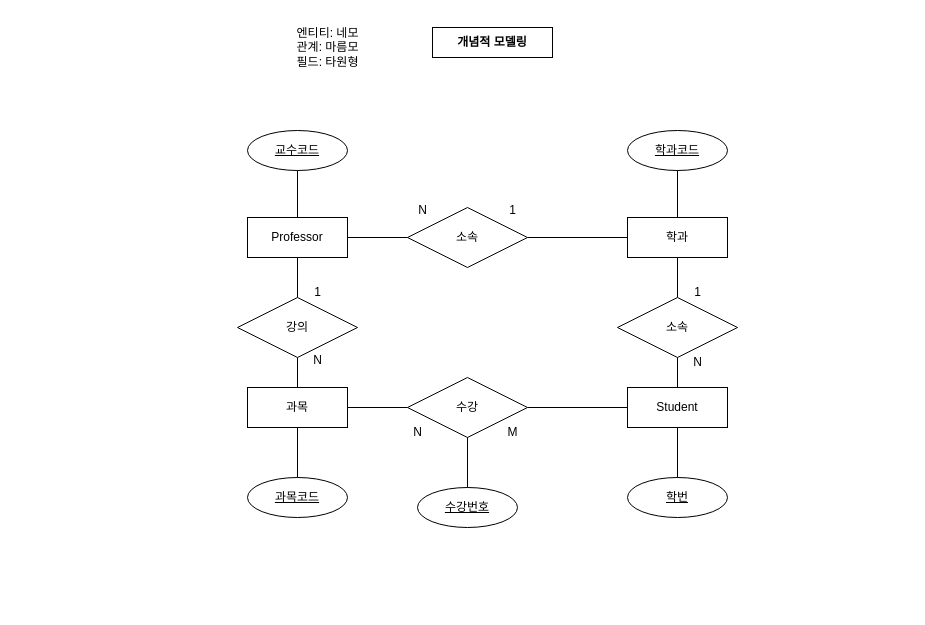
Earlier version of the draw.io diagram 제목 없는 다이어그램.drawio (yijoon009/ERD_draw.io). Source tidied: cells renumbered, new cells numbered last; positions are measured from the earlier drawing's top-left corner, leaving out a move shared by most shapes. Both pictures are drawn from the tidied source at 100%, with x=0, y=0 at pixel (237, 17).
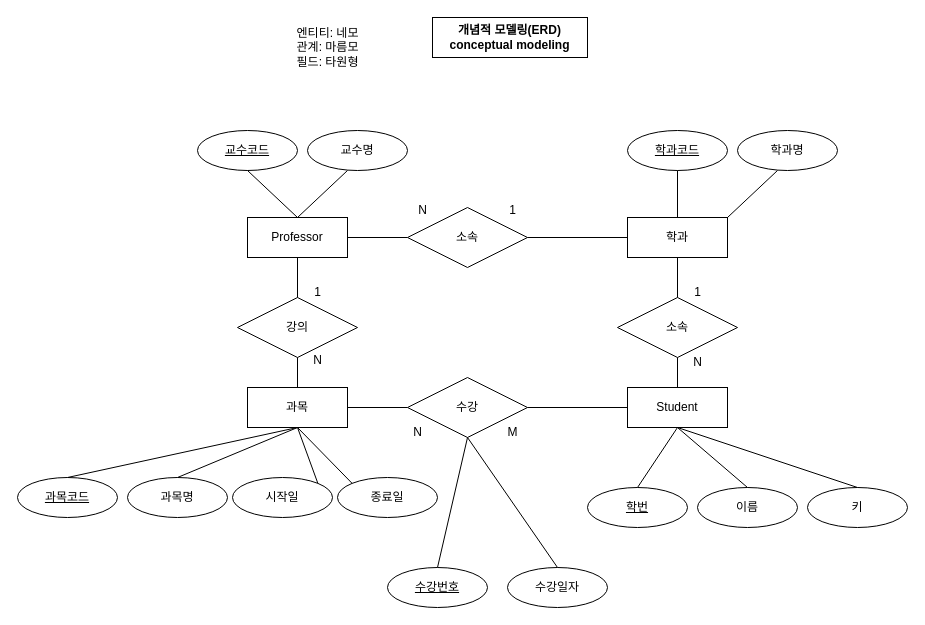
The same page after the edit.

Commit message:
개념적 모델링

The change refers to these unchanged cells:
```xml
<mxCell id="2" value="Student" style="whiteSpace=wrap;html=1;align=center;" parent="1" vertex="1">
  <mxGeometry x="390" y="370" width="100" height="40" as="geometry" />
</mxCell>
<mxCell id="4" value="Professor" style="whiteSpace=wrap;html=1;align=center;" parent="1" vertex="1">
  <mxGeometry x="10" y="200" width="100" height="40" as="geometry" />
</mxCell>
<mxCell id="5" value="과목" style="whiteSpace=wrap;html=1;align=center;" parent="1" vertex="1">
  <mxGeometry x="10" y="370" width="100" height="40" as="geometry" />
</mxCell>
```

What changed in the source:
```diff
@@
     <mxCell id="26" value="학번" style="ellipse;whiteSpace=wrap;html=1;align=center;fontStyle=4;" parent="1" vertex="1">
-      <mxGeometry x="390" y="460" width="100" height="40" as="geometry" />
+      <mxGeometry x="350" y="470" width="100" height="40" as="geometry" />
     </mxCell>
@@
-    <mxCell id="29" value="&lt;b&gt;개념적 모델링&lt;/b&gt;" style="whiteSpace=wrap;html=1;" parent="1" vertex="1">
-      <mxGeometry x="195" y="10" width="120" height="30" as="geometry" />
+    <mxCell id="29" value="&lt;b&gt;개념적 모델링(ERD)&lt;/b&gt;&lt;div&gt;&lt;b&gt;conceptual modeling&lt;/b&gt;&lt;/div&gt;" style="whiteSpace=wrap;html=1;" parent="1" vertex="1">
+      <mxGeometry x="195" width="155" height="40" as="geometry" />
     </mxCell>
@@
     <mxCell id="32" value="교수코드" style="ellipse;whiteSpace=wrap;html=1;align=center;fontStyle=4;" parent="1" vertex="1">
-      <mxGeometry x="10" y="113" width="100" height="40" as="geometry" />
+      <mxGeometry x="-40" y="113" width="100" height="40" as="geometry" />
     </mxCell>
@@
     <mxCell id="34" value="과목코드" style="ellipse;whiteSpace=wrap;html=1;align=center;fontStyle=4;" parent="1" vertex="1">
-      <mxGeometry x="10" y="460" width="100" height="40" as="geometry" />
+      <mxGeometry x="-220" y="460" width="100" height="40" as="geometry" />
     </mxCell>
@@
     <mxCell id="36" value="수강번호" style="ellipse;whiteSpace=wrap;html=1;align=center;fontStyle=4;" parent="1" vertex="1">
-      <mxGeometry x="180" y="470" width="100" height="40" as="geometry" />
+      <mxGeometry x="150" y="550" width="100" height="40" as="geometry" />
     </mxCell>
@@
+    <mxCell id="38" value="교수명" style="ellipse;whiteSpace=wrap;html=1;align=center;" parent="1" vertex="1">
+      <mxGeometry x="70" y="113" width="100" height="40" as="geometry" />
+    </mxCell>
+    <mxCell id="39" style="endArrow=none;html=1;rounded=0;exitX=0.5;exitY=0;exitDx=0;exitDy=0;entryX=0.4;entryY=1;entryDx=0;entryDy=0;entryPerimeter=0;" parent="1" edge="1" source="4" target="38">
+      <mxGeometry relative="1" as="geometry" />
+    </mxCell>
+    <mxCell id="40" value="학과명" style="ellipse;whiteSpace=wrap;html=1;align=center;" parent="1" vertex="1">
+      <mxGeometry x="500" y="113" width="100" height="40" as="geometry" />
+    </mxCell>
+    <mxCell id="41" style="endArrow=none;html=1;rounded=0;exitX=0.5;exitY=0;exitDx=0;exitDy=0;entryX=0.4;entryY=1;entryDx=0;entryDy=0;entryPerimeter=0;" parent="1" edge="1" target="40">
+      <mxGeometry relative="1" as="geometry">
+        <mxPoint x="490" y="200" as="sourcePoint" />
+      </mxGeometry>
+    </mxCell>
+    <mxCell id="42" value="이름" style="ellipse;whiteSpace=wrap;html=1;align=center;" parent="1" vertex="1">
+      <mxGeometry x="460" y="470" width="100" height="40" as="geometry" />
+    </mxCell>
+    <mxCell id="43" style="endArrow=none;html=1;rounded=0;exitX=0.5;exitY=1;exitDx=0;exitDy=0;entryX=0.5;entryY=0;entryDx=0;entryDy=0;" parent="1" edge="1" source="2" target="42">
+      <mxGeometry relative="1" as="geometry" />
+    </mxCell>
+    <mxCell id="44" value="키" style="ellipse;whiteSpace=wrap;html=1;align=center;" parent="1" vertex="1">
+      <mxGeometry x="570" y="470" width="100" height="40" as="geometry" />
+    </mxCell>
+    <mxCell id="45" style="endArrow=none;html=1;rounded=0;exitX=0.5;exitY=1;exitDx=0;exitDy=0;entryX=0.5;entryY=0;entryDx=0;entryDy=0;" parent="1" edge="1" source="2" target="44">
+      <mxGeometry relative="1" as="geometry" />
+    </mxCell>
+    <mxCell id="46" value="수강일자" style="ellipse;whiteSpace=wrap;html=1;align=center;" parent="1" vertex="1">
+      <mxGeometry x="270" y="550" width="100" height="40" as="geometry" />
+    </mxCell>
+    <mxCell id="47" style="endArrow=none;html=1;rounded=0;exitX=0.5;exitY=1;exitDx=0;exitDy=0;entryX=0.5;entryY=0;entryDx=0;entryDy=0;" parent="1" edge="1" target="46">
+      <mxGeometry relative="1" as="geometry">
+        <mxPoint x="230" y="420" as="sourcePoint" />
+      </mxGeometry>
+    </mxCell>
+    <mxCell id="48" value="과목명" style="ellipse;whiteSpace=wrap;html=1;align=center;" parent="1" vertex="1">
+      <mxGeometry x="-110" y="460" width="100" height="40" as="geometry" />
+    </mxCell>
+    <mxCell id="49" style="endArrow=none;html=1;rounded=0;exitX=0.5;exitY=1;exitDx=0;exitDy=0;entryX=0.5;entryY=0;entryDx=0;entryDy=0;" parent="1" edge="1" source="5" target="48">
+      <mxGeometry relative="1" as="geometry" />
+    </mxCell>
+    <mxCell id="50" value="시작일" style="ellipse;whiteSpace=wrap;html=1;align=center;" parent="1" vertex="1">
+      <mxGeometry x="-5" y="460" width="100" height="40" as="geometry" />
+    </mxCell>
+    <mxCell id="51" value="종료일" style="ellipse;whiteSpace=wrap;html=1;align=center;" parent="1" vertex="1">
+      <mxGeometry x="100" y="460" width="100" height="40" as="geometry" />
+    </mxCell>
+    <mxCell id="52" style="endArrow=none;html=1;rounded=0;entryX=0;entryY=0;entryDx=0;entryDy=0;" parent="1" edge="1" target="51">
+      <mxGeometry relative="1" as="geometry">
+        <mxPoint x="60" y="410" as="sourcePoint" />
+      </mxGeometry>
+    </mxCell>
+    <mxCell id="53" style="endArrow=none;html=1;rounded=0;entryX=1;entryY=0;entryDx=0;entryDy=0;exitX=0.5;exitY=1;exitDx=0;exitDy=0;" parent="1" edge="1" source="5" target="50">
+      <mxGeometry relative="1" as="geometry" />
+    </mxCell>
```
